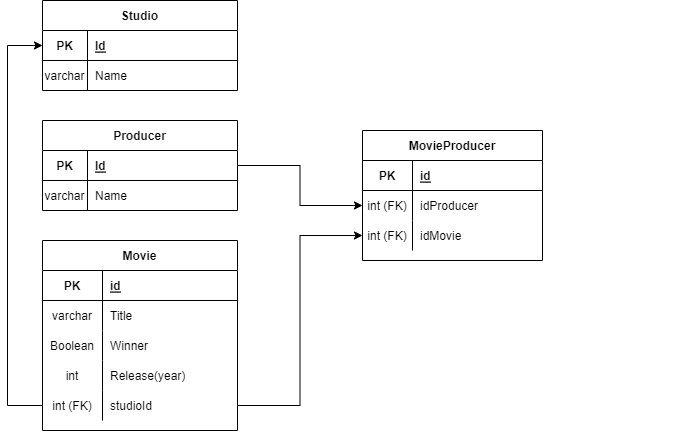
Before: database architecture.drawio.png, a diagram exported from draw.io (Gaideski/api_h2). Source tidied: cells renumbered, new cells last; positions are measured from the earlier drawing's top-left corner, leaving out a move shared by most shapes. Its diagram source:
```xml
<mxGraphModel>
  <root>
    <mxCell id="0" />
    <mxCell id="1" parent="0" />
    <mxCell id="2" value="Studio" style="shape=table;startSize=30;rowLines=0;fontStyle=1;align=center;" parent="1" vertex="1">
      <mxGeometry x="35" width="195" height="90" as="geometry" />
    </mxCell>
    <mxCell id="3" style="shape=tableRow;horizontal=0;startSize=0;swimlaneHead=0;swimlaneBody=0;fillColor=none;points=[[0,0.5],[1,0.5]];portConstraint=eastwest;top=0;left=0;right=0;bottom=1;" parent="2" vertex="1">
      <mxGeometry y="30" width="195" height="30" as="geometry" />
    </mxCell>
    <mxCell id="4" value="PK" style="shape=partialRectangle;fillColor=none;top=0;left=0;bottom=0;right=0;fontStyle=1;overflow=hidden;" parent="3" vertex="1">
      <mxGeometry width="45" height="30" as="geometry" />
    </mxCell>
    <mxCell id="5" value="Id" style="shape=partialRectangle;fillColor=none;top=0;left=0;bottom=0;right=0;align=left;spacingLeft=6;fontStyle=5;overflow=hidden;" parent="3" vertex="1">
      <mxGeometry x="45" width="150" height="30" as="geometry" />
    </mxCell>
    <mxCell id="6" style="shape=tableRow;horizontal=0;startSize=0;swimlaneHead=0;swimlaneBody=0;fillColor=none;top=0;left=0;right=0;bottom=0;" parent="2" vertex="1">
      <mxGeometry y="60" width="195" height="30" as="geometry" />
    </mxCell>
    <mxCell id="7" value="varchar" style="shape=partialRectangle;fillColor=none;top=0;left=0;bottom=0;right=0;overflow=hidden;" parent="6" vertex="1">
      <mxGeometry width="45" height="30" as="geometry" />
    </mxCell>
    <mxCell id="8" value="Name" style="shape=partialRectangle;fillColor=none;top=0;left=0;bottom=0;right=0;align=left;spacingLeft=6;overflow=hidden;" parent="6" vertex="1">
      <mxGeometry x="45" width="150" height="30" as="geometry" />
    </mxCell>
    <mxCell id="9" value="Producer" style="shape=table;startSize=30;rowLines=0;fontStyle=1;align=center;" parent="1" vertex="1">
      <mxGeometry x="35" y="120" width="195" height="90" as="geometry" />
    </mxCell>
    <mxCell id="10" style="shape=tableRow;horizontal=0;startSize=0;swimlaneHead=0;swimlaneBody=0;fillColor=none;points=[[0,0.5],[1,0.5]];portConstraint=eastwest;top=0;left=0;right=0;bottom=1;" parent="9" vertex="1">
      <mxGeometry y="30" width="195" height="30" as="geometry" />
    </mxCell>
    <mxCell id="11" value="PK" style="shape=partialRectangle;fillColor=none;top=0;left=0;bottom=0;right=0;fontStyle=1;overflow=hidden;" parent="10" vertex="1">
      <mxGeometry width="45" height="30" as="geometry" />
    </mxCell>
    <mxCell id="12" value="Id" style="shape=partialRectangle;fillColor=none;top=0;left=0;bottom=0;right=0;align=left;spacingLeft=6;fontStyle=5;overflow=hidden;" parent="10" vertex="1">
      <mxGeometry x="45" width="150" height="30" as="geometry" />
    </mxCell>
    <mxCell id="13" style="shape=tableRow;horizontal=0;startSize=0;swimlaneHead=0;swimlaneBody=0;fillColor=none;top=0;left=0;right=0;bottom=0;" parent="9" vertex="1">
      <mxGeometry y="60" width="195" height="30" as="geometry" />
    </mxCell>
    <mxCell id="14" value="varchar" style="shape=partialRectangle;fillColor=none;top=0;left=0;bottom=0;right=0;overflow=hidden;" parent="13" vertex="1">
      <mxGeometry width="45" height="30" as="geometry" />
    </mxCell>
    <mxCell id="15" value="Name" style="shape=partialRectangle;fillColor=none;top=0;left=0;bottom=0;right=0;align=left;spacingLeft=6;overflow=hidden;" parent="13" vertex="1">
      <mxGeometry x="45" width="150" height="30" as="geometry" />
    </mxCell>
    <mxCell id="16" value="Movie" style="shape=table;startSize=30;rowLines=0;fontStyle=1;align=center;" parent="1" vertex="1">
      <mxGeometry x="35" y="240" width="195" height="190" as="geometry" />
    </mxCell>
    <mxCell id="17" style="shape=tableRow;horizontal=0;startSize=0;swimlaneHead=0;swimlaneBody=0;fillColor=none;points=[[0,0.5],[1,0.5]];portConstraint=eastwest;top=0;left=0;right=0;bottom=1;" parent="16" vertex="1">
      <mxGeometry y="30" width="195" height="30" as="geometry" />
    </mxCell>
    <mxCell id="18" value="PK" style="shape=partialRectangle;fillColor=none;top=0;left=0;bottom=0;right=0;fontStyle=1;overflow=hidden;" parent="17" vertex="1">
      <mxGeometry width="60" height="30" as="geometry" />
    </mxCell>
    <mxCell id="19" value="id" style="shape=partialRectangle;fillColor=none;top=0;left=0;bottom=0;right=0;align=left;spacingLeft=6;fontStyle=5;overflow=hidden;" parent="17" vertex="1">
      <mxGeometry x="60" width="135" height="30" as="geometry" />
    </mxCell>
    <mxCell id="20" style="shape=tableRow;horizontal=0;startSize=0;swimlaneHead=0;swimlaneBody=0;fillColor=none;top=0;left=0;right=0;bottom=0;" parent="16" vertex="1">
      <mxGeometry y="60" width="195" height="30" as="geometry" />
    </mxCell>
    <mxCell id="21" value="varchar" style="shape=partialRectangle;fillColor=none;top=0;left=0;bottom=0;right=0;overflow=hidden;" parent="20" vertex="1">
      <mxGeometry width="60" height="30" as="geometry" />
    </mxCell>
    <mxCell id="22" value="Title" style="shape=partialRectangle;fillColor=none;top=0;left=0;bottom=0;right=0;align=left;spacingLeft=6;overflow=hidden;" parent="20" vertex="1">
      <mxGeometry x="60" width="135" height="30" as="geometry" />
    </mxCell>
    <mxCell id="23" style="shape=tableRow;horizontal=0;startSize=0;swimlaneHead=0;swimlaneBody=0;fillColor=none;top=0;left=0;right=0;bottom=0;" parent="16" vertex="1">
      <mxGeometry y="90" width="195" height="30" as="geometry" />
    </mxCell>
    <mxCell id="24" value="Boolean" style="shape=partialRectangle;fillColor=none;top=0;left=0;bottom=0;right=0;overflow=hidden;" parent="23" vertex="1">
      <mxGeometry width="60" height="30" as="geometry" />
    </mxCell>
    <mxCell id="25" value="Winner" style="shape=partialRectangle;fillColor=none;top=0;left=0;bottom=0;right=0;align=left;spacingLeft=6;overflow=hidden;" parent="23" vertex="1">
      <mxGeometry x="60" width="135" height="30" as="geometry" />
    </mxCell>
    <mxCell id="26" style="shape=tableRow;horizontal=0;startSize=0;swimlaneHead=0;swimlaneBody=0;fillColor=none;top=0;left=0;right=0;bottom=0;" parent="16" vertex="1">
      <mxGeometry y="120" width="195" height="30" as="geometry" />
    </mxCell>
    <mxCell id="27" value="int" style="shape=partialRectangle;fillColor=none;top=0;left=0;bottom=0;right=0;overflow=hidden;" parent="26" vertex="1">
      <mxGeometry width="60" height="30" as="geometry" />
    </mxCell>
    <mxCell id="28" value="Release(year)" style="shape=partialRectangle;fillColor=none;top=0;left=0;bottom=0;right=0;align=left;spacingLeft=6;overflow=hidden;" parent="26" vertex="1">
      <mxGeometry x="60" width="135" height="30" as="geometry" />
    </mxCell>
    <mxCell id="29" style="shape=tableRow;horizontal=0;startSize=0;swimlaneHead=0;swimlaneBody=0;fillColor=none;points=[[0,0.5],[1,0.5]];portConstraint=eastwest;top=0;left=0;right=0;bottom=0;" parent="16" vertex="1">
      <mxGeometry y="150" width="195" height="30" as="geometry" />
    </mxCell>
    <mxCell id="30" value="int (FK)" style="shape=partialRectangle;fillColor=none;top=0;left=0;bottom=0;right=0;overflow=hidden;" parent="29" vertex="1">
      <mxGeometry width="60" height="30" as="geometry" />
    </mxCell>
    <mxCell id="31" value="studioId" style="shape=partialRectangle;fillColor=none;top=0;left=0;bottom=0;right=0;align=left;spacingLeft=6;overflow=hidden;" parent="29" vertex="1">
      <mxGeometry x="60" width="135" height="30" as="geometry" />
    </mxCell>
    <mxCell id="32" style="shape=tableRow;horizontal=0;startSize=0;swimlaneHead=0;swimlaneBody=0;fillColor=none;top=0;left=0;right=0;bottom=0;" parent="1" vertex="1">
      <mxGeometry x="510" y="160" width="180" height="30" as="geometry" />
    </mxCell>
    <mxCell id="33" value="MovieProducer" style="shape=table;startSize=30;rowLines=0;fontStyle=1;align=center;" parent="1" vertex="1">
      <mxGeometry x="355" y="130" width="180" height="130" as="geometry" />
    </mxCell>
    <mxCell id="34" style="shape=tableRow;horizontal=0;startSize=0;swimlaneHead=0;swimlaneBody=0;fillColor=none;points=[[0,0.5],[1,0.5]];portConstraint=eastwest;top=0;left=0;right=0;bottom=1;" parent="33" vertex="1">
      <mxGeometry y="30" width="180" height="30" as="geometry" />
    </mxCell>
    <mxCell id="35" value="PK" style="shape=partialRectangle;fillColor=none;top=0;left=0;bottom=0;right=0;fontStyle=1;overflow=hidden;" parent="34" vertex="1">
      <mxGeometry width="50" height="30" as="geometry" />
    </mxCell>
    <mxCell id="36" value="id" style="shape=partialRectangle;fillColor=none;top=0;left=0;bottom=0;right=0;align=left;spacingLeft=6;fontStyle=5;overflow=hidden;" parent="34" vertex="1">
      <mxGeometry x="50" width="130" height="30" as="geometry" />
    </mxCell>
    <mxCell id="37" style="shape=tableRow;horizontal=0;startSize=0;swimlaneHead=0;swimlaneBody=0;fillColor=none;points=[[0,0.5],[1,0.5]];portConstraint=eastwest;top=0;left=0;right=0;bottom=0;" parent="33" vertex="1">
      <mxGeometry y="60" width="180" height="30" as="geometry" />
    </mxCell>
    <mxCell id="38" value="int (FK)" style="shape=partialRectangle;fillColor=none;top=0;left=0;bottom=0;right=0;overflow=hidden;" parent="37" vertex="1">
      <mxGeometry width="50" height="30" as="geometry" />
    </mxCell>
    <mxCell id="39" value="idProducer" style="shape=partialRectangle;fillColor=none;top=0;left=0;bottom=0;right=0;align=left;spacingLeft=6;overflow=hidden;" parent="37" vertex="1">
      <mxGeometry x="50" width="130" height="30" as="geometry" />
    </mxCell>
    <mxCell id="40" style="shape=tableRow;horizontal=0;startSize=0;swimlaneHead=0;swimlaneBody=0;fillColor=none;points=[[0,0.5],[1,0.5]];portConstraint=eastwest;top=0;left=0;right=0;bottom=0;" parent="33" vertex="1">
      <mxGeometry y="90" width="180" height="30" as="geometry" />
    </mxCell>
    <mxCell id="41" value="int (FK)" style="shape=partialRectangle;fillColor=none;top=0;left=0;bottom=0;right=0;overflow=hidden;" parent="40" vertex="1">
      <mxGeometry width="50" height="30" as="geometry" />
    </mxCell>
    <mxCell id="42" value="idMovie" style="shape=partialRectangle;fillColor=none;top=0;left=0;bottom=0;right=0;align=left;spacingLeft=6;overflow=hidden;" parent="40" vertex="1">
      <mxGeometry x="50" width="130" height="30" as="geometry" />
    </mxCell>
    <mxCell id="43" style="edgeStyle=orthogonalEdgeStyle;rounded=0;jettySize=auto;html=1;entryX=0;entryY=0.5;entryDx=0;entryDy=0;" parent="1" edge="1" source="29" target="3">
      <mxGeometry relative="1" as="geometry">
        <Array as="points">
          <mxPoint y="405" />
          <mxPoint y="45" />
        </Array>
      </mxGeometry>
    </mxCell>
    <mxCell id="44" style="edgeStyle=orthogonalEdgeStyle;rounded=0;jettySize=auto;html=1;exitX=1;exitY=0.5;exitDx=0;exitDy=0;entryX=0;entryY=0.5;entryDx=0;entryDy=0;" parent="1" edge="1" source="29" target="40">
      <mxGeometry relative="1" as="geometry" />
    </mxCell>
    <mxCell id="45" style="edgeStyle=orthogonalEdgeStyle;rounded=0;jettySize=auto;html=1;exitX=1;exitY=0.5;exitDx=0;exitDy=0;entryX=0;entryY=0.5;entryDx=0;entryDy=0;" parent="1" edge="1" source="10" target="37">
      <mxGeometry relative="1" as="geometry" />
    </mxCell>
  </root>
</mxGraphModel>
```
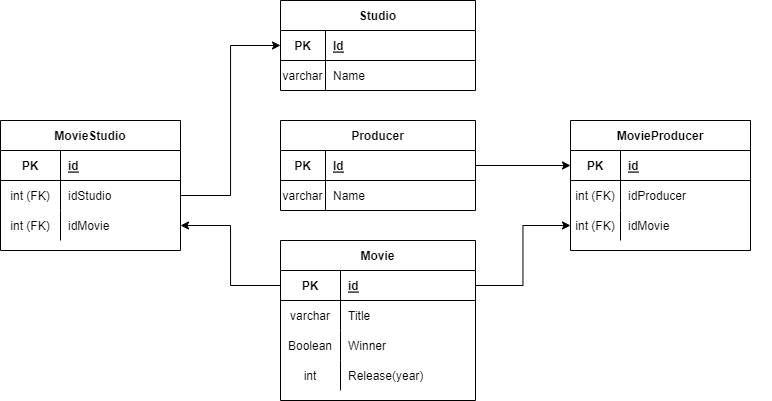
Above is the later version.

Commit message:
Insertion into database partially complete

The edit, as a diff of the source:
```diff
@@ -45,7 +45,7 @@
       <mxGeometry x="45" width="150" height="30" as="geometry" />
     </mxCell>
     <mxCell id="16" value="Movie" style="shape=table;startSize=30;rowLines=0;fontStyle=1;align=center;" parent="1" vertex="1">
-      <mxGeometry x="35" y="240" width="195" height="190" as="geometry" />
+      <mxGeometry x="35" y="240" width="195" height="160" as="geometry" />
     </mxCell>
     <mxCell id="17" style="shape=tableRow;horizontal=0;startSize=0;swimlaneHead=0;swimlaneBody=0;fillColor=none;points=[[0,0.5],[1,0.5]];portConstraint=eastwest;top=0;left=0;right=0;bottom=1;" parent="16" vertex="1">
       <mxGeometry y="30" width="195" height="30" as="geometry" />
@@ -83,20 +83,11 @@
     <mxCell id="28" value="Release(year)" style="shape=partialRectangle;fillColor=none;top=0;left=0;bottom=0;right=0;align=left;spacingLeft=6;overflow=hidden;" parent="26" vertex="1">
       <mxGeometry x="60" width="135" height="30" as="geometry" />
     </mxCell>
-    <mxCell id="29" style="shape=tableRow;horizontal=0;startSize=0;swimlaneHead=0;swimlaneBody=0;fillColor=none;points=[[0,0.5],[1,0.5]];portConstraint=eastwest;top=0;left=0;right=0;bottom=0;" parent="16" vertex="1">
-      <mxGeometry y="150" width="195" height="30" as="geometry" />
-    </mxCell>
-    <mxCell id="30" value="int (FK)" style="shape=partialRectangle;fillColor=none;top=0;left=0;bottom=0;right=0;overflow=hidden;" parent="29" vertex="1">
-      <mxGeometry width="60" height="30" as="geometry" />
-    </mxCell>
-    <mxCell id="31" value="studioId" style="shape=partialRectangle;fillColor=none;top=0;left=0;bottom=0;right=0;align=left;spacingLeft=6;overflow=hidden;" parent="29" vertex="1">
-      <mxGeometry x="60" width="135" height="30" as="geometry" />
-    </mxCell>
     <mxCell id="32" style="shape=tableRow;horizontal=0;startSize=0;swimlaneHead=0;swimlaneBody=0;fillColor=none;top=0;left=0;right=0;bottom=0;" parent="1" vertex="1">
-      <mxGeometry x="510" y="160" width="180" height="30" as="geometry" />
+      <mxGeometry x="345" y="150" width="180" height="30" as="geometry" />
     </mxCell>
     <mxCell id="33" value="MovieProducer" style="shape=table;startSize=30;rowLines=0;fontStyle=1;align=center;" parent="1" vertex="1">
-      <mxGeometry x="355" y="130" width="180" height="130" as="geometry" />
+      <mxGeometry x="325" y="120" width="180" height="130" as="geometry" />
     </mxCell>
     <mxCell id="34" style="shape=tableRow;horizontal=0;startSize=0;swimlaneHead=0;swimlaneBody=0;fillColor=none;points=[[0,0.5],[1,0.5]];portConstraint=eastwest;top=0;left=0;right=0;bottom=1;" parent="33" vertex="1">
       <mxGeometry y="30" width="180" height="30" as="geometry" />
@@ -125,19 +116,47 @@
     <mxCell id="42" value="idMovie" style="shape=partialRectangle;fillColor=none;top=0;left=0;bottom=0;right=0;align=left;spacingLeft=6;overflow=hidden;" parent="40" vertex="1">
       <mxGeometry x="50" width="130" height="30" as="geometry" />
     </mxCell>
-    <mxCell id="43" style="edgeStyle=orthogonalEdgeStyle;rounded=0;jettySize=auto;html=1;entryX=0;entryY=0.5;entryDx=0;entryDy=0;" parent="1" edge="1" source="29" target="3">
-      <mxGeometry relative="1" as="geometry">
-        <Array as="points">
-          <mxPoint y="405" />
-          <mxPoint y="45" />
-        </Array>
-      </mxGeometry>
-    </mxCell>
-    <mxCell id="44" style="edgeStyle=orthogonalEdgeStyle;rounded=0;jettySize=auto;html=1;exitX=1;exitY=0.5;exitDx=0;exitDy=0;entryX=0;entryY=0.5;entryDx=0;entryDy=0;" parent="1" edge="1" source="29" target="40">
-      <mxGeometry relative="1" as="geometry" />
-    </mxCell>
-    <mxCell id="45" style="edgeStyle=orthogonalEdgeStyle;rounded=0;jettySize=auto;html=1;exitX=1;exitY=0.5;exitDx=0;exitDy=0;entryX=0;entryY=0.5;entryDx=0;entryDy=0;" parent="1" edge="1" source="10" target="37">
-      <mxGeometry relative="1" as="geometry" />
-    </mxCell>
+    <mxCell id="46" value="MovieStudio" style="shape=table;startSize=30;rowLines=0;fontStyle=1;align=center;" parent="1" vertex="1">
+      <mxGeometry x="-245" y="120" width="180" height="130" as="geometry" />
+    </mxCell>
+    <mxCell id="47" style="shape=tableRow;horizontal=0;startSize=0;swimlaneHead=0;swimlaneBody=0;fillColor=none;top=0;left=0;right=0;bottom=1;" parent="46" vertex="1">
+      <mxGeometry y="30" width="180" height="30" as="geometry" />
+    </mxCell>
+    <mxCell id="48" value="PK" style="shape=partialRectangle;fillColor=none;top=0;left=0;bottom=0;right=0;fontStyle=1;overflow=hidden;" parent="47" vertex="1">
+      <mxGeometry width="60" height="30" as="geometry" />
+    </mxCell>
+    <mxCell id="49" value="id" style="shape=partialRectangle;fillColor=none;top=0;left=0;bottom=0;right=0;align=left;spacingLeft=6;fontStyle=5;overflow=hidden;" parent="47" vertex="1">
+      <mxGeometry x="60" width="120" height="30" as="geometry" />
+    </mxCell>
+    <mxCell id="50" style="shape=tableRow;horizontal=0;startSize=0;swimlaneHead=0;swimlaneBody=0;fillColor=none;points=[[0,0.5],[1,0.5]];portConstraint=eastwest;top=0;left=0;right=0;bottom=0;" parent="46" vertex="1">
+      <mxGeometry y="60" width="180" height="30" as="geometry" />
+    </mxCell>
+    <mxCell id="51" value="int (FK)" style="shape=partialRectangle;fillColor=none;top=0;left=0;bottom=0;right=0;overflow=hidden;" parent="50" vertex="1">
+      <mxGeometry width="60" height="30" as="geometry" />
+    </mxCell>
+    <mxCell id="52" value="idStudio" style="shape=partialRectangle;fillColor=none;top=0;left=0;bottom=0;right=0;align=left;spacingLeft=6;overflow=hidden;" parent="50" vertex="1">
+      <mxGeometry x="60" width="120" height="30" as="geometry" />
+    </mxCell>
+    <mxCell id="53" style="shape=tableRow;horizontal=0;startSize=0;swimlaneHead=0;swimlaneBody=0;fillColor=none;points=[[0,0.5],[1,0.5]];portConstraint=eastwest;top=0;left=0;right=0;bottom=0;" parent="46" vertex="1">
+      <mxGeometry y="90" width="180" height="30" as="geometry" />
+    </mxCell>
+    <mxCell id="54" value="int (FK)" style="shape=partialRectangle;fillColor=none;top=0;left=0;bottom=0;right=0;overflow=hidden;" parent="53" vertex="1">
+      <mxGeometry width="60" height="30" as="geometry" />
+    </mxCell>
+    <mxCell id="55" value="idMovie" style="shape=partialRectangle;fillColor=none;top=0;left=0;bottom=0;right=0;align=left;spacingLeft=6;overflow=hidden;" parent="53" vertex="1">
+      <mxGeometry x="60" width="120" height="30" as="geometry" />
+    </mxCell>
+    <mxCell id="56" style="edgeStyle=orthogonalEdgeStyle;rounded=0;jettySize=auto;html=1;entryX=0;entryY=0.5;entryDx=0;entryDy=0;" parent="1" edge="1" source="17" target="40">
+      <mxGeometry relative="1" as="geometry" />
+    </mxCell>
+    <mxCell id="57" style="edgeStyle=orthogonalEdgeStyle;rounded=0;jettySize=auto;html=1;entryX=0;entryY=0.5;entryDx=0;entryDy=0;" parent="1" edge="1" source="50" target="3">
+      <mxGeometry relative="1" as="geometry" />
+    </mxCell>
+    <mxCell id="58" style="edgeStyle=orthogonalEdgeStyle;rounded=0;jettySize=auto;html=1;exitX=0;exitY=0.5;exitDx=0;exitDy=0;entryX=1;entryY=0.5;entryDx=0;entryDy=0;" parent="1" edge="1" source="17" target="53">
+      <mxGeometry relative="1" as="geometry" />
+    </mxCell>
+    <mxCell id="59" style="edgeStyle=orthogonalEdgeStyle;rounded=0;jettySize=auto;html=1;exitX=1;exitY=0.5;exitDx=0;exitDy=0;entryX=0;entryY=0.5;entryDx=0;entryDy=0;" parent="1" edge="1" source="10" target="34">
+      <mxGeometry relative="1" as="geometry" />
+    </mxCell>
   </root>
 </mxGraphModel>
```
